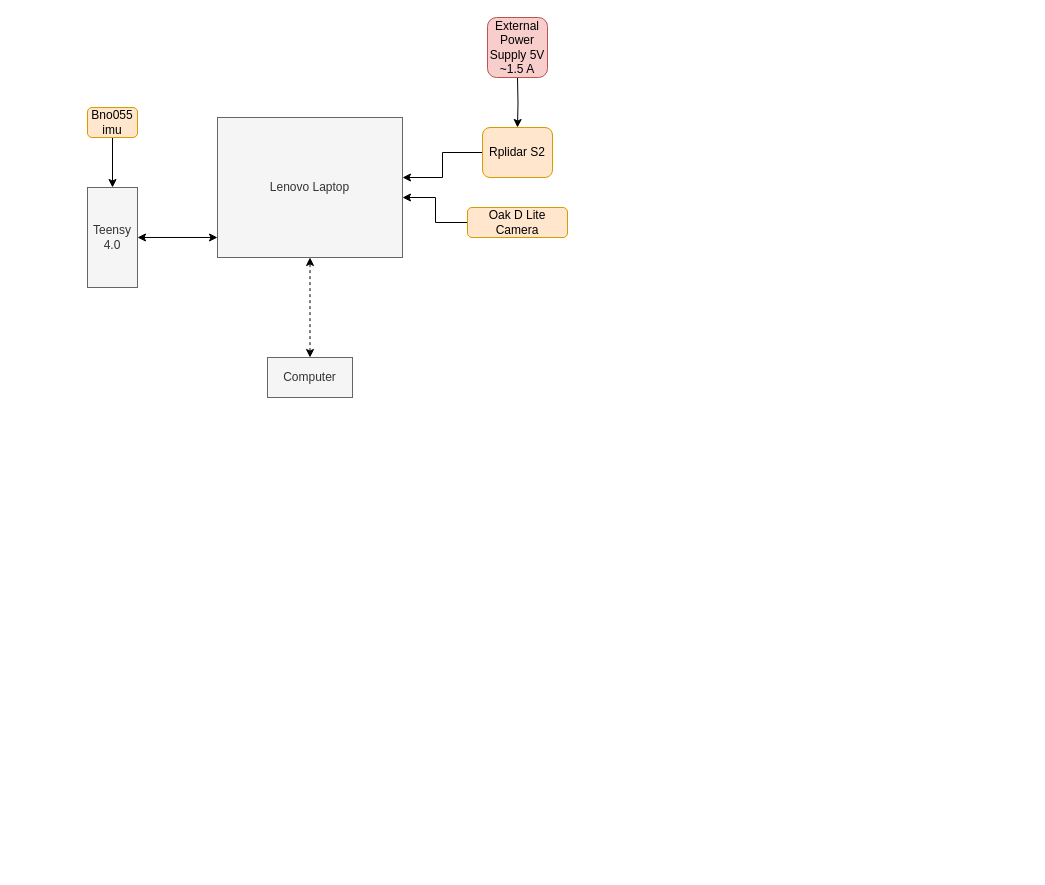
Before: rotation_node/Physicalsetup.drawio in mekuro9/PWAO-CSU, a draw.io diagram. Source tidied: cells renumbered, new cells numbered last; positions are measured from the earlier drawing's top-left corner, leaving out a move shared by most shapes. Both pictures are drawn from the tidied source at 100%, with x=0, y=0 at pixel (87, 17).
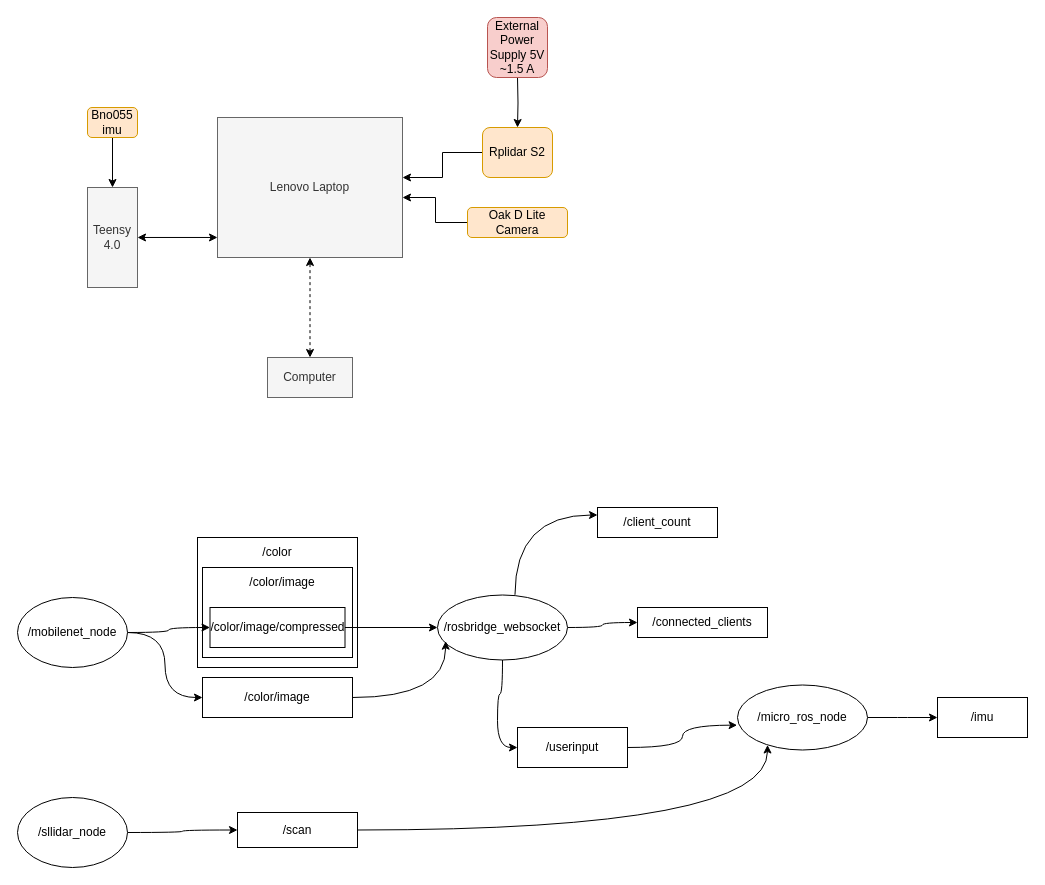
Above is the later version.

Change to the diagram source:
```diff
@@
+    <mxCell id="15" style="rounded=0;whiteSpace=wrap;html=1;" parent="1" vertex="1">
+      <mxGeometry x="110" y="520" width="160" height="130" as="geometry" />
+    </mxCell>
+    <mxCell id="16" style="rounded=0;whiteSpace=wrap;html=1;" parent="1" vertex="1">
+      <mxGeometry x="115" y="550" width="150" height="90" as="geometry" />
+    </mxCell>
+    <mxCell id="17" style="edgeStyle=orthogonalEdgeStyle;rounded=0;jettySize=auto;html=1;entryX=0;entryY=0.5;entryDx=0;entryDy=0;" parent="1" edge="1" source="18" target="28">
+      <mxGeometry relative="1" as="geometry" />
+    </mxCell>
+    <mxCell id="18" value="/color/image/compressed" style="rounded=0;whiteSpace=wrap;html=1;" parent="1" vertex="1">
+      <mxGeometry x="122.5" y="590" width="135" height="40" as="geometry" />
+    </mxCell>
+    <mxCell id="19" style="edgeStyle=orthogonalEdgeStyle;rounded=0;jettySize=auto;html=1;entryX=0;entryY=0.5;entryDx=0;entryDy=0;curved=1;" parent="1" edge="1" source="21" target="18">
+      <mxGeometry relative="1" as="geometry" />
+    </mxCell>
+    <mxCell id="20" style="edgeStyle=orthogonalEdgeStyle;rounded=0;jettySize=auto;html=1;entryX=0;entryY=0.5;entryDx=0;entryDy=0;curved=1;" parent="1" edge="1" source="21" target="22">
+      <mxGeometry relative="1" as="geometry" />
+    </mxCell>
+    <mxCell id="21" value="/mobilenet_node" style="ellipse;whiteSpace=wrap;html=1;" parent="1" vertex="1">
+      <mxGeometry x="-70" y="580" width="110" height="70" as="geometry" />
+    </mxCell>
+    <mxCell id="22" value="/color/image" style="rounded=0;whiteSpace=wrap;html=1;" parent="1" vertex="1">
+      <mxGeometry x="115" y="660" width="150" height="40" as="geometry" />
+    </mxCell>
+    <mxCell id="23" value="/color" style="text;html=1;align=center;verticalAlign=middle;whiteSpace=wrap;rounded=0;" parent="1" vertex="1">
+      <mxGeometry x="160" y="520" width="60" height="30" as="geometry" />
+    </mxCell>
+    <mxCell id="24" value="/color/image" style="text;html=1;align=center;verticalAlign=middle;whiteSpace=wrap;rounded=0;" parent="1" vertex="1">
+      <mxGeometry x="160" y="550" width="70" height="30" as="geometry" />
+    </mxCell>
+    <mxCell id="25" style="edgeStyle=orthogonalEdgeStyle;rounded=0;jettySize=auto;html=1;entryX=0;entryY=0.5;entryDx=0;entryDy=0;curved=1;" parent="1" edge="1" source="28" target="32">
+      <mxGeometry relative="1" as="geometry" />
+    </mxCell>
+    <mxCell id="26" style="edgeStyle=orthogonalEdgeStyle;rounded=0;jettySize=auto;html=1;curved=1;" parent="1" edge="1" source="28" target="33">
+      <mxGeometry relative="1" as="geometry" />
+    </mxCell>
+    <mxCell id="27" style="edgeStyle=orthogonalEdgeStyle;rounded=0;jettySize=auto;html=1;entryX=0;entryY=0.25;entryDx=0;entryDy=0;curved=1;exitX=0.596;exitY=-0.003;exitDx=0;exitDy=0;exitPerimeter=0;" parent="1" edge="1" source="28" target="34">
+      <mxGeometry relative="1" as="geometry" />
+    </mxCell>
+    <mxCell id="28" value="/rosbridge_websocket" style="ellipse;whiteSpace=wrap;html=1;" parent="1" vertex="1">
+      <mxGeometry x="350" y="577.5" width="130" height="65" as="geometry" />
+    </mxCell>
+    <mxCell id="29" style="edgeStyle=orthogonalEdgeStyle;rounded=0;jettySize=auto;html=1;curved=1;" parent="1" edge="1" source="30" target="31">
+      <mxGeometry relative="1" as="geometry" />
+    </mxCell>
+    <mxCell id="30" value="/sllidar_node" style="ellipse;whiteSpace=wrap;html=1;" parent="1" vertex="1">
+      <mxGeometry x="-70" y="780" width="110" height="70" as="geometry" />
+    </mxCell>
+    <mxCell id="31" value="/scan" style="rounded=0;whiteSpace=wrap;html=1;" parent="1" vertex="1">
+      <mxGeometry x="150" y="795" width="120" height="35" as="geometry" />
+    </mxCell>
+    <mxCell id="32" value="/userinput" style="rounded=0;whiteSpace=wrap;html=1;" parent="1" vertex="1">
+      <mxGeometry x="430" y="710" width="110" height="40" as="geometry" />
+    </mxCell>
+    <mxCell id="33" value="/connected_clients" style="rounded=0;whiteSpace=wrap;html=1;" parent="1" vertex="1">
+      <mxGeometry x="550" y="590" width="130" height="30" as="geometry" />
+    </mxCell>
+    <mxCell id="34" value="/client_count" style="rounded=0;whiteSpace=wrap;html=1;" parent="1" vertex="1">
+      <mxGeometry x="510" y="490" width="120" height="30" as="geometry" />
+    </mxCell>
+    <mxCell id="35" style="edgeStyle=entityRelationEdgeStyle;rounded=0;jettySize=auto;html=1;entryX=0;entryY=0.5;entryDx=0;entryDy=0;" parent="1" edge="1" source="36" target="37">
+      <mxGeometry relative="1" as="geometry" />
+    </mxCell>
+    <mxCell id="36" value="/micro_ros_node" style="ellipse;whiteSpace=wrap;html=1;" parent="1" vertex="1">
+      <mxGeometry x="650" y="667.5" width="130" height="65" as="geometry" />
+    </mxCell>
+    <mxCell id="37" value="/imu" style="rounded=0;whiteSpace=wrap;html=1;" parent="1" vertex="1">
+      <mxGeometry x="850" y="680" width="90" height="40" as="geometry" />
+    </mxCell>
+    <mxCell id="38" style="edgeStyle=orthogonalEdgeStyle;rounded=0;jettySize=auto;html=1;entryX=0.063;entryY=0.711;entryDx=0;entryDy=0;entryPerimeter=0;curved=1;" parent="1" edge="1" source="22" target="28">
+      <mxGeometry relative="1" as="geometry" />
+    </mxCell>
+    <mxCell id="39" style="edgeStyle=orthogonalEdgeStyle;rounded=0;jettySize=auto;html=1;entryX=0.231;entryY=0.923;entryDx=0;entryDy=0;entryPerimeter=0;curved=1;" parent="1" edge="1" source="31" target="36">
+      <mxGeometry relative="1" as="geometry" />
+    </mxCell>
+    <mxCell id="40" style="edgeStyle=orthogonalEdgeStyle;rounded=0;jettySize=auto;html=1;entryX=-0.003;entryY=0.618;entryDx=0;entryDy=0;entryPerimeter=0;curved=1;" parent="1" edge="1" source="32" target="36">
+      <mxGeometry relative="1" as="geometry" />
+    </mxCell>
```
